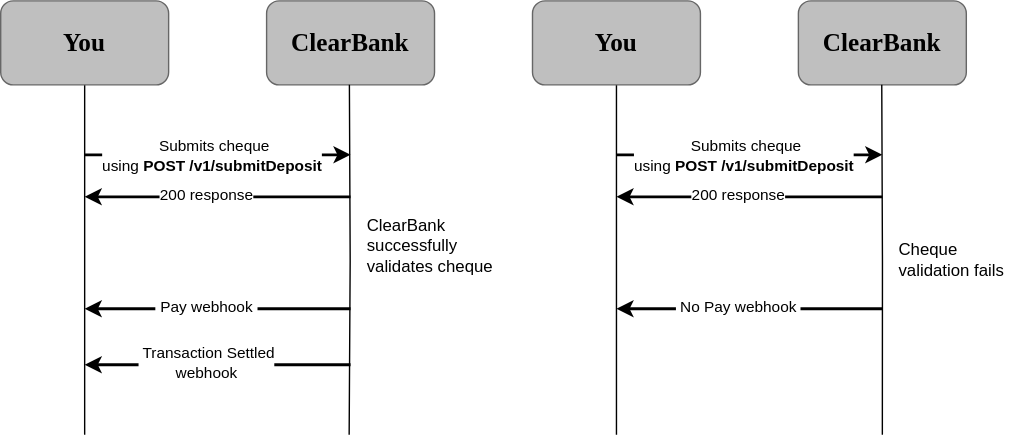
Earlier version of the draw.io export static/assets/images/cheque_endpoint.svg (clearbank/clearbank.github.io). Source tidied: cells renumbered, new cells last; positions are measured from the earlier drawing's top-left corner, leaving out a move shared by most shapes.
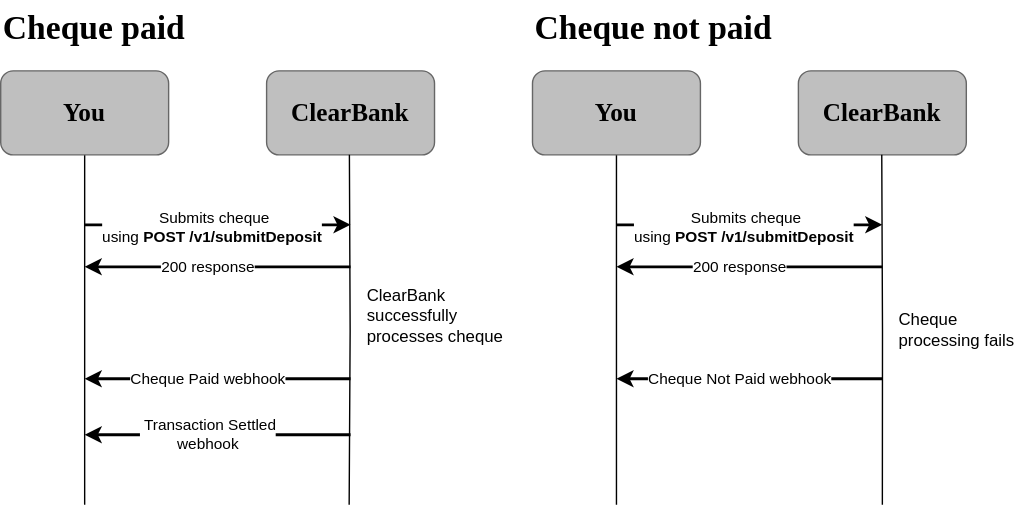
After the commit.

What changed in the source:
```diff
@@ -52,7 +52,7 @@
         <mxPoint x="440" y="220" as="targetPoint" />
       </mxGeometry>
     </mxCell>
-    <mxCell id="13" value="&amp;nbsp;No Pay webhook&amp;nbsp;" style="edgeLabel;html=1;align=center;verticalAlign=middle;" parent="12" vertex="1">
+    <mxCell id="13" value="Cheque Not Paid webhook" style="edgeLabel;html=1;align=center;verticalAlign=middle;" parent="12" vertex="1">
       <mxGeometry x="0.09" y="-1" relative="1" as="geometry" />
     </mxCell>
     <mxCell id="14" style="endArrow=classic;html=1;rounded=0;strokeWidth=2;" parent="1" edge="1">
@@ -61,7 +61,7 @@
         <mxPoint x="60" y="220" as="targetPoint" />
       </mxGeometry>
     </mxCell>
-    <mxCell id="15" value="&amp;nbsp;Pay webhook&amp;nbsp;" style="edgeLabel;html=1;align=center;verticalAlign=middle;" parent="14" vertex="1">
+    <mxCell id="15" value="Cheque Paid webhook" style="edgeLabel;html=1;align=center;verticalAlign=middle;" parent="14" vertex="1">
       <mxGeometry x="0.09" y="-1" relative="1" as="geometry" />
     </mxCell>
     <mxCell id="16" style="endArrow=classic;html=1;rounded=0;strokeWidth=2;" parent="1" edge="1">
@@ -73,7 +73,7 @@
     <mxCell id="17" value="&amp;nbsp;Transaction Settled&lt;br&gt;&amp;nbsp;webhook&amp;nbsp;" style="edgeLabel;html=1;align=center;verticalAlign=middle;" parent="16" vertex="1">
       <mxGeometry x="0.09" y="-1" relative="1" as="geometry" />
     </mxCell>
-    <mxCell id="18" value="ClearBank successfully validates cheque" style="text;html=1;strokeColor=none;fillColor=none;align=left;verticalAlign=middle;whiteSpace=wrap;rounded=0;" parent="1" vertex="1">
+    <mxCell id="18" value="ClearBank successfully processes cheque" style="text;html=1;strokeColor=none;fillColor=none;align=left;verticalAlign=middle;whiteSpace=wrap;rounded=0;" parent="1" vertex="1">
       <mxGeometry x="260" y="140" width="110" height="70" as="geometry" />
     </mxCell>
     <mxCell id="19" style="edgeStyle=orthogonalEdgeStyle;rounded=0;orthogonalLoop=1;jettySize=auto;html=1;endArrow=none;endFill=0;" parent="1" edge="1">
@@ -88,7 +88,7 @@
         <mxPoint x="630" y="310" as="targetPoint" />
       </mxGeometry>
     </mxCell>
-    <mxCell id="21" value="Cheque validation fails" style="text;html=1;strokeColor=none;fillColor=none;align=left;verticalAlign=middle;whiteSpace=wrap;rounded=0;" parent="1" vertex="1">
+    <mxCell id="21" value="Cheque processing fails" style="text;html=1;strokeColor=none;fillColor=none;align=left;verticalAlign=middle;whiteSpace=wrap;rounded=0;" parent="1" vertex="1">
       <mxGeometry x="640" y="150" width="90" height="70" as="geometry" />
     </mxCell>
     <mxCell id="22" style="endArrow=classic;html=1;rounded=0;strokeWidth=2;" parent="1" edge="1">
@@ -109,5 +109,11 @@
     <mxCell id="25" value="200 response" style="edgeLabel;html=1;align=center;verticalAlign=middle;" parent="24" vertex="1">
       <mxGeometry x="0.09" y="-1" relative="1" as="geometry" />
     </mxCell>
+    <mxCell id="26" value="Cheque paid" style="text;strokeColor=none;fillColor=none;html=1;fontSize=24;fontStyle=1;verticalAlign=middle;align=left;fontFamily=Clear Sans Display;" parent="1" vertex="1">
+      <mxGeometry y="-50" width="100" height="40" as="geometry" />
+    </mxCell>
+    <mxCell id="27" value="Cheque not paid" style="text;strokeColor=none;fillColor=none;html=1;fontSize=24;fontStyle=1;verticalAlign=middle;align=left;fontFamily=Clear Sans Display;" parent="1" vertex="1">
+      <mxGeometry x="380" y="-50" width="100" height="40" as="geometry" />
+    </mxCell>
   </root>
 </mxGraphModel>
```
